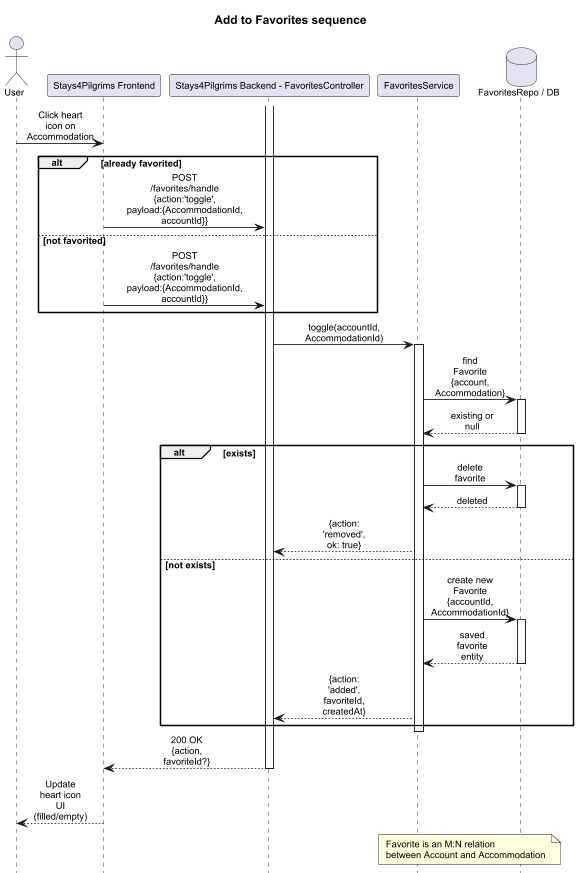
Before: docs/diagrams/png/sequence-add-favorite.png, a diagram exported from PlantUML (alegna83/cookbook-be).
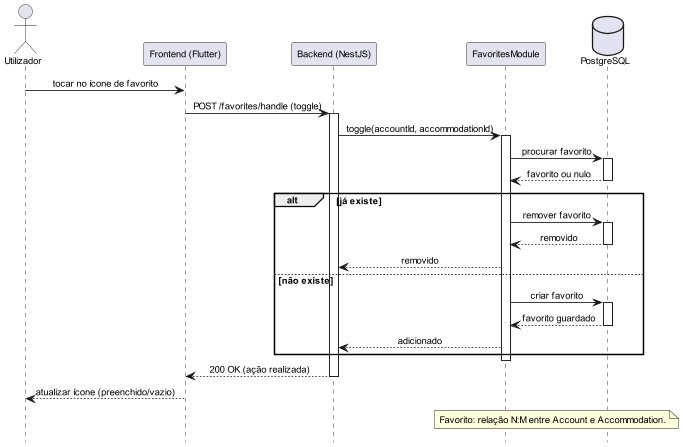
Above is the later version.

Commit message:
sequence add favorite

The edit, as a diff of the source:
```diff
@@ -1,53 +1,48 @@
 @startuml
-title Add to Favorites sequence
 scale 0.85
 hide footbox
 skinparam defaultFontName Arial
 skinparam defaultFontSize 11
-skinparam maxMessageSize 55
+skinparam maxMessageSize 200
 skinparam sequence {
   ParticipantPadding 10
   BoxPadding 8
   MessageAlign center
   ArrowThickness 1
 }
-actor User
-participant "Stays4Pilgrims Frontend" as FE
-participant "Stays4Pilgrims Backend - FavoritesController" as API
-participant "FavoritesService" as SVC
-database "FavoritesRepo / DB" as DB
+actor Utilizador
+participant "Frontend (Flutter)" as FE
+participant "Backend (NestJS)" as API
+participant "FavoritesModule" as SVC
+database "PostgreSQL" as DB
 
-User -> FE: Click heart icon on Accommodation
-alt already favorited
-  FE -> API: POST /favorites/handle\n{action:'toggle', payload:{AccommodationId, accountId}}
-else not favorited
-  FE -> API: POST /favorites/handle\n{action:'toggle', payload:{AccommodationId, accountId}}
-end
+Utilizador -> FE: tocar no ícone de favorito
+FE -> API: POST /favorites/handle (toggle)
 activate API
-API -> SVC: toggle(accountId, AccommodationId)
+API -> SVC: toggle(accountId, accommodationId)
 activate SVC
-SVC -> DB: find Favorite {account, Accommodation}
+SVC -> DB: procurar favorito
 activate DB
-DB --> SVC: existing or null
+DB --> SVC: favorito ou nulo
 deactivate DB
-alt exists
-  SVC -> DB: delete favorite
+alt já existe
+  SVC -> DB: remover favorito
   activate DB
-  DB --> SVC: deleted
+  DB --> SVC: removido
   deactivate DB
-  SVC --> API: {action: 'removed', ok: true}
-else not exists
-  SVC -> DB: create new Favorite {accountId, AccommodationId}
+  SVC --> API: removido
+else não existe
+  SVC -> DB: criar favorito
   activate DB
-  DB --> SVC: saved favorite entity
+  DB --> SVC: favorito guardado
   deactivate DB
-  SVC --> API: {action: 'added', favoriteId, createdAt}
+  SVC --> API: adicionado
 end
 deactivate SVC
-API --> FE: 200 OK {action, favoriteId?}
+API --> FE: 200 OK (ação realizada)
 deactivate API
-FE --> User: Update heart icon UI (filled/empty)
+FE --> Utilizador: atualizar ícone (preenchido/vazio)
 
-note over SVC,DB: Favorite is an M:N relation\nbetween Account and Accommodation
+note over SVC,DB: Favorito: relação N:M entre Account e Accommodation.
 
 @enduml
```
